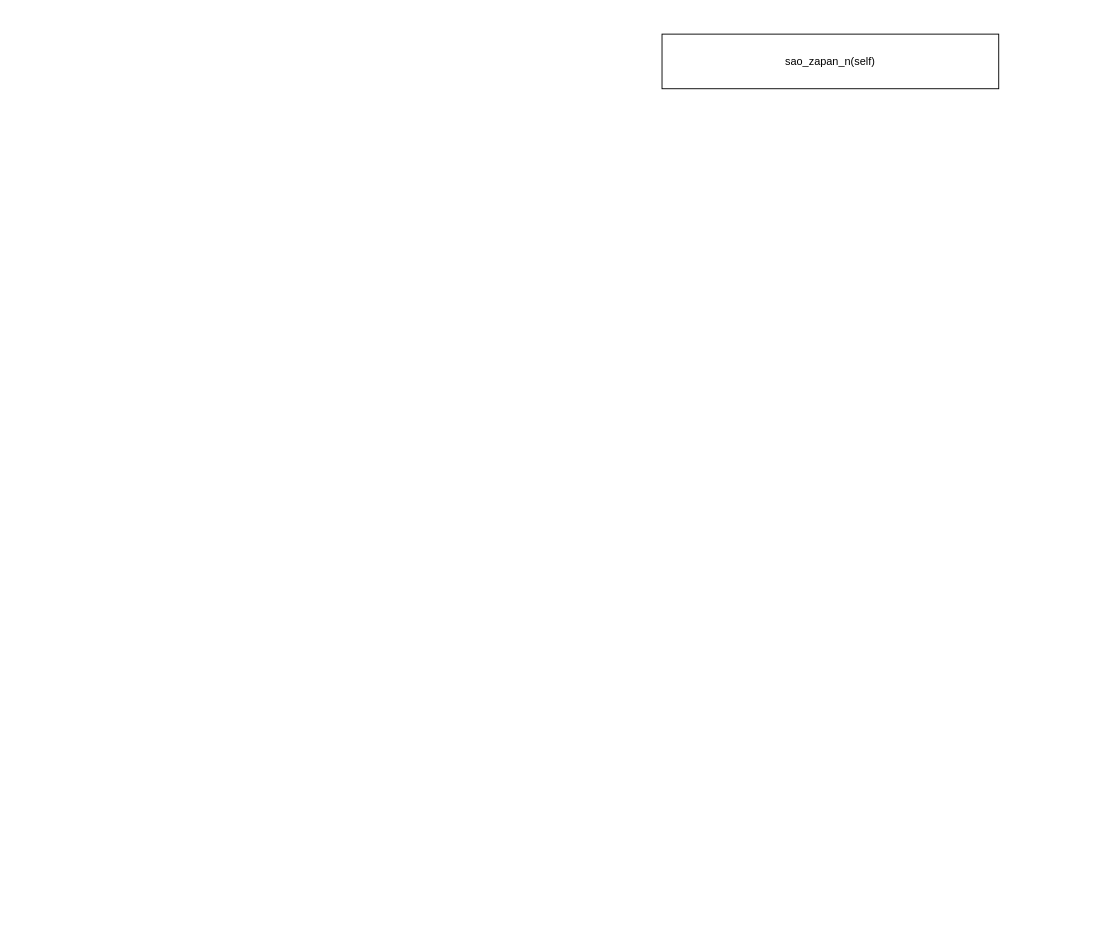
The draw.io diagram sao_zapan_n.drawio in liangshanbovsluomio/Quote_Quant_Process_Control, before the edit. Source tidied: cells renumbered, new cells numbered last; positions are measured from the earlier drawing's top-left corner, leaving out a move shared by most shapes. Both pictures are drawn from the tidied source at 91%, with x=0, y=0 at pixel (662, 34).
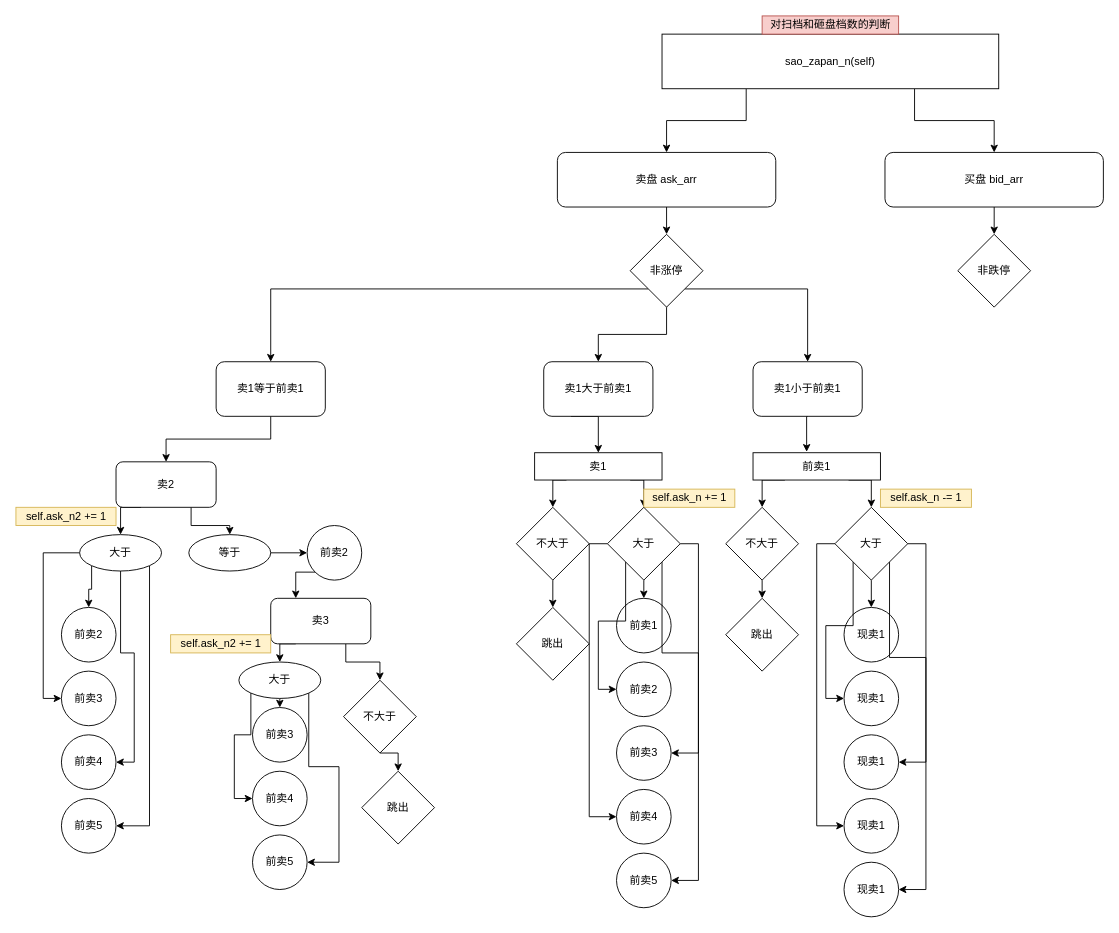
The same page after the edit.

Unchanged cells that the change refers to:
```xml
<mxCell id="2" value="sao_zapan_n(self)" style="rounded=0;whiteSpace=wrap;html=1;" parent="1" vertex="1">
  <mxGeometry width="370" height="60" as="geometry" />
</mxCell>
```

The edit, as a diff of the source:
```diff
@@
+    <mxCell id="3" style="edgeStyle=orthogonalEdgeStyle;rounded=0;jettySize=auto;html=1;exitX=0.25;exitY=1;exitDx=0;exitDy=0;entryX=0.5;entryY=0;entryDx=0;entryDy=0;" parent="1" edge="1" source="2" target="7">
+      <mxGeometry relative="1" as="geometry" />
+    </mxCell>
+    <mxCell id="4" style="edgeStyle=orthogonalEdgeStyle;rounded=0;jettySize=auto;html=1;exitX=0.75;exitY=1;exitDx=0;exitDy=0;entryX=0.5;entryY=0;entryDx=0;entryDy=0;" parent="1" edge="1" source="2" target="9">
+      <mxGeometry relative="1" as="geometry" />
+    </mxCell>
@@
+    <mxCell id="5" value="&lt;div&gt;对扫档和砸盘档数的判断&lt;/div&gt;" style="text;html=1;align=center;verticalAlign=middle;fillColor=#f8cecc;strokeColor=#b85450;" parent="1" vertex="1">
+      <mxGeometry x="110" y="-20" width="150" height="20" as="geometry" />
+    </mxCell>
+    <mxCell id="6" style="edgeStyle=orthogonalEdgeStyle;rounded=0;jettySize=auto;html=1;exitX=0.5;exitY=1;exitDx=0;exitDy=0;entryX=0.5;entryY=0;entryDx=0;entryDy=0;" parent="1" edge="1" source="7" target="13">
+      <mxGeometry relative="1" as="geometry" />
+    </mxCell>
+    <mxCell id="7" value="卖盘 ask_arr" style="rounded=1;whiteSpace=wrap;html=1;" parent="1" vertex="1">
+      <mxGeometry x="-115" y="130" width="240" height="60" as="geometry" />
+    </mxCell>
+    <mxCell id="8" style="edgeStyle=orthogonalEdgeStyle;rounded=0;jettySize=auto;html=1;exitX=0.5;exitY=1;exitDx=0;exitDy=0;entryX=0.5;entryY=0;entryDx=0;entryDy=0;" parent="1" edge="1" source="9" target="14">
+      <mxGeometry relative="1" as="geometry" />
+    </mxCell>
+    <mxCell id="9" value="买盘 bid_arr" style="rounded=1;whiteSpace=wrap;html=1;" parent="1" vertex="1">
+      <mxGeometry x="245" y="130" width="240" height="60" as="geometry" />
+    </mxCell>
+    <mxCell id="10" style="edgeStyle=orthogonalEdgeStyle;rounded=0;jettySize=auto;html=1;exitX=0;exitY=1;exitDx=0;exitDy=0;entryX=0.5;entryY=0;entryDx=0;entryDy=0;" parent="1" edge="1" source="13" target="16">
+      <mxGeometry relative="1" as="geometry" />
+    </mxCell>
+    <mxCell id="11" style="edgeStyle=orthogonalEdgeStyle;rounded=0;jettySize=auto;html=1;exitX=0.5;exitY=1;exitDx=0;exitDy=0;entryX=0.5;entryY=0;entryDx=0;entryDy=0;" parent="1" edge="1" source="13" target="18">
+      <mxGeometry relative="1" as="geometry" />
+    </mxCell>
+    <mxCell id="12" style="edgeStyle=orthogonalEdgeStyle;rounded=0;jettySize=auto;html=1;exitX=1;exitY=1;exitDx=0;exitDy=0;entryX=0.5;entryY=0;entryDx=0;entryDy=0;" parent="1" edge="1" source="13" target="20">
+      <mxGeometry relative="1" as="geometry" />
+    </mxCell>
+    <mxCell id="13" value="非涨停" style="rhombus;whiteSpace=wrap;html=1;" parent="1" vertex="1">
+      <mxGeometry x="-35" y="220" width="80" height="80" as="geometry" />
+    </mxCell>
+    <mxCell id="14" value="非跌停" style="rhombus;whiteSpace=wrap;html=1;" parent="1" vertex="1">
+      <mxGeometry x="325" y="220" width="80" height="80" as="geometry" />
+    </mxCell>
+    <mxCell id="15" style="edgeStyle=orthogonalEdgeStyle;rounded=0;jettySize=auto;html=1;exitX=0.5;exitY=1;exitDx=0;exitDy=0;entryX=0.5;entryY=0;entryDx=0;entryDy=0;" parent="1" edge="1" source="16" target="59">
+      <mxGeometry relative="1" as="geometry" />
+    </mxCell>
+    <mxCell id="16" value="卖1等于前卖1" style="rounded=1;whiteSpace=wrap;html=1;" parent="1" vertex="1">
+      <mxGeometry x="-490" y="360" width="120" height="60" as="geometry" />
+    </mxCell>
+    <mxCell id="17" style="edgeStyle=orthogonalEdgeStyle;rounded=0;jettySize=auto;html=1;exitX=0.25;exitY=1;exitDx=0;exitDy=0;entryX=0.5;entryY=0;entryDx=0;entryDy=0;" parent="1" edge="1" source="18" target="24">
+      <mxGeometry relative="1" as="geometry">
+        <Array as="points">
+          <mxPoint x="-70" y="420" />
+        </Array>
+      </mxGeometry>
+    </mxCell>
+    <mxCell id="18" value="卖1大于前卖1" style="rounded=1;whiteSpace=wrap;html=1;" parent="1" vertex="1">
+      <mxGeometry x="-130" y="360" width="120" height="60" as="geometry" />
+    </mxCell>
+    <mxCell id="19" style="edgeStyle=orthogonalEdgeStyle;rounded=0;jettySize=auto;html=1;exitX=0.5;exitY=1;exitDx=0;exitDy=0;entryX=0.421;entryY=-0.033;entryDx=0;entryDy=0;entryPerimeter=0;" parent="1" edge="1" source="20" target="41">
+      <mxGeometry relative="1" as="geometry" />
+    </mxCell>
+    <mxCell id="20" value="卖1小于前卖1" style="rounded=1;whiteSpace=wrap;html=1;" parent="1" vertex="1">
+      <mxGeometry x="100" y="360" width="120" height="60" as="geometry" />
+    </mxCell>
+    <mxCell id="21" value="&lt;div&gt;前卖1&lt;/div&gt;" style="ellipse;whiteSpace=wrap;html=1;" parent="1" vertex="1">
+      <mxGeometry x="-50" y="620" width="60" height="60" as="geometry" />
+    </mxCell>
+    <mxCell id="22" style="edgeStyle=orthogonalEdgeStyle;rounded=0;jettySize=auto;html=1;exitX=0.25;exitY=1;exitDx=0;exitDy=0;entryX=0.5;entryY=0;entryDx=0;entryDy=0;" parent="1" edge="1" source="24" target="31">
+      <mxGeometry relative="1" as="geometry" />
+    </mxCell>
+    <mxCell id="23" style="edgeStyle=orthogonalEdgeStyle;rounded=0;jettySize=auto;html=1;exitX=0.75;exitY=1;exitDx=0;exitDy=0;entryX=0.5;entryY=0;entryDx=0;entryDy=0;" parent="1" edge="1" source="24" target="37">
+      <mxGeometry relative="1" as="geometry" />
+    </mxCell>
+    <mxCell id="24" value="&lt;div&gt;卖1&lt;/div&gt;" style="rounded=0;whiteSpace=wrap;html=1;" parent="1" vertex="1">
+      <mxGeometry x="-140" y="460" width="140" height="30" as="geometry" />
+    </mxCell>
+    <mxCell id="25" value="&lt;div&gt;前卖3&lt;/div&gt;" style="ellipse;whiteSpace=wrap;html=1;" parent="1" vertex="1">
+      <mxGeometry x="-50" y="760" width="60" height="60" as="geometry" />
+    </mxCell>
+    <mxCell id="26" value="&lt;div&gt;前卖2&lt;/div&gt;" style="ellipse;whiteSpace=wrap;html=1;" parent="1" vertex="1">
+      <mxGeometry x="-50" y="690" width="60" height="60" as="geometry" />
+    </mxCell>
+    <mxCell id="27" value="&lt;div&gt;前卖4&lt;/div&gt;" style="ellipse;whiteSpace=wrap;html=1;" parent="1" vertex="1">
+      <mxGeometry x="-50" y="830" width="60" height="60" as="geometry" />
+    </mxCell>
+    <mxCell id="28" value="&lt;div&gt;前卖5&lt;/div&gt;" style="ellipse;whiteSpace=wrap;html=1;" parent="1" vertex="1">
+      <mxGeometry x="-50" y="900" width="60" height="60" as="geometry" />
+    </mxCell>
+    <mxCell id="29" value="self.ask_n += 1" style="text;html=1;align=center;verticalAlign=middle;fillColor=#fff2cc;strokeColor=#d6b656;" parent="1" vertex="1">
+      <mxGeometry x="-20" y="500" width="100" height="20" as="geometry" />
+    </mxCell>
+    <mxCell id="30" style="edgeStyle=orthogonalEdgeStyle;rounded=0;jettySize=auto;html=1;exitX=0.5;exitY=1;exitDx=0;exitDy=0;entryX=0.5;entryY=0;entryDx=0;entryDy=0;" parent="1" edge="1" source="31" target="38">
+      <mxGeometry relative="1" as="geometry" />
+    </mxCell>
+    <mxCell id="31" value="&lt;div&gt;不大于&lt;/div&gt;" style="rhombus;whiteSpace=wrap;html=1;" parent="1" vertex="1">
+      <mxGeometry x="-160" y="520" width="80" height="80" as="geometry" />
+    </mxCell>
+    <mxCell id="32" style="edgeStyle=orthogonalEdgeStyle;rounded=0;jettySize=auto;html=1;exitX=0.5;exitY=1;exitDx=0;exitDy=0;entryX=0.5;entryY=0;entryDx=0;entryDy=0;" parent="1" edge="1" source="37" target="21">
+      <mxGeometry relative="1" as="geometry" />
+    </mxCell>
+    <mxCell id="33" style="edgeStyle=orthogonalEdgeStyle;rounded=0;jettySize=auto;html=1;exitX=0;exitY=1;exitDx=0;exitDy=0;entryX=0;entryY=0.5;entryDx=0;entryDy=0;" parent="1" edge="1" source="37" target="26">
+      <mxGeometry relative="1" as="geometry" />
+    </mxCell>
+    <mxCell id="34" style="edgeStyle=orthogonalEdgeStyle;rounded=0;jettySize=auto;html=1;exitX=1;exitY=1;exitDx=0;exitDy=0;entryX=1;entryY=0.5;entryDx=0;entryDy=0;" parent="1" edge="1" source="37" target="25">
+      <mxGeometry relative="1" as="geometry" />
+    </mxCell>
+    <mxCell id="35" style="edgeStyle=orthogonalEdgeStyle;rounded=0;jettySize=auto;html=1;exitX=0;exitY=0.5;exitDx=0;exitDy=0;entryX=0;entryY=0.5;entryDx=0;entryDy=0;" parent="1" edge="1" source="37" target="27">
+      <mxGeometry relative="1" as="geometry" />
+    </mxCell>
+    <mxCell id="36" style="edgeStyle=orthogonalEdgeStyle;rounded=0;jettySize=auto;html=1;exitX=1;exitY=0.5;exitDx=0;exitDy=0;entryX=1;entryY=0.5;entryDx=0;entryDy=0;" parent="1" edge="1" source="37" target="28">
+      <mxGeometry relative="1" as="geometry" />
+    </mxCell>
+    <mxCell id="37" value="&lt;div&gt;大于&lt;/div&gt;" style="rhombus;whiteSpace=wrap;html=1;" parent="1" vertex="1">
+      <mxGeometry x="-60" y="520" width="80" height="80" as="geometry" />
+    </mxCell>
+    <mxCell id="38" value="跳出" style="rhombus;whiteSpace=wrap;html=1;" parent="1" vertex="1">
+      <mxGeometry x="-160" y="630" width="80" height="80" as="geometry" />
+    </mxCell>
+    <mxCell id="39" style="edgeStyle=orthogonalEdgeStyle;rounded=0;jettySize=auto;html=1;exitX=0.25;exitY=1;exitDx=0;exitDy=0;entryX=0.5;entryY=0;entryDx=0;entryDy=0;" parent="1" edge="1" source="41" target="44">
+      <mxGeometry relative="1" as="geometry" />
+    </mxCell>
+    <mxCell id="40" style="edgeStyle=orthogonalEdgeStyle;rounded=0;jettySize=auto;html=1;exitX=0.75;exitY=1;exitDx=0;exitDy=0;entryX=0.5;entryY=0;entryDx=0;entryDy=0;" parent="1" edge="1" source="41" target="51">
+      <mxGeometry relative="1" as="geometry" />
+    </mxCell>
+    <mxCell id="41" value="前卖1" style="rounded=0;whiteSpace=wrap;html=1;" parent="1" vertex="1">
+      <mxGeometry x="100" y="460" width="140" height="30" as="geometry" />
+    </mxCell>
+    <mxCell id="42" value="&lt;div&gt;现卖1&lt;/div&gt;" style="ellipse;whiteSpace=wrap;html=1;" parent="1" vertex="1">
+      <mxGeometry x="200" y="630" width="60" height="60" as="geometry" />
+    </mxCell>
+    <mxCell id="43" style="edgeStyle=orthogonalEdgeStyle;rounded=0;jettySize=auto;html=1;exitX=0.5;exitY=1;exitDx=0;exitDy=0;entryX=0.5;entryY=0;entryDx=0;entryDy=0;" parent="1" edge="1" source="44" target="45">
+      <mxGeometry relative="1" as="geometry" />
+    </mxCell>
+    <mxCell id="44" value="&lt;div&gt;不大于&lt;/div&gt;" style="rhombus;whiteSpace=wrap;html=1;" parent="1" vertex="1">
+      <mxGeometry x="70" y="520" width="80" height="80" as="geometry" />
+    </mxCell>
+    <mxCell id="45" value="跳出" style="rhombus;whiteSpace=wrap;html=1;" parent="1" vertex="1">
+      <mxGeometry x="70" y="620" width="80" height="80" as="geometry" />
+    </mxCell>
+    <mxCell id="46" style="edgeStyle=orthogonalEdgeStyle;rounded=0;jettySize=auto;html=1;exitX=0.5;exitY=1;exitDx=0;exitDy=0;entryX=0.5;entryY=0;entryDx=0;entryDy=0;" parent="1" edge="1" source="51" target="42">
+      <mxGeometry relative="1" as="geometry" />
+    </mxCell>
+    <mxCell id="47" style="edgeStyle=orthogonalEdgeStyle;rounded=0;jettySize=auto;html=1;exitX=0;exitY=1;exitDx=0;exitDy=0;entryX=0;entryY=0.5;entryDx=0;entryDy=0;" parent="1" edge="1" source="51" target="52">
+      <mxGeometry relative="1" as="geometry" />
+    </mxCell>
+    <mxCell id="48" style="edgeStyle=orthogonalEdgeStyle;rounded=0;jettySize=auto;html=1;exitX=1;exitY=1;exitDx=0;exitDy=0;entryX=1;entryY=0.5;entryDx=0;entryDy=0;" parent="1" edge="1" source="51" target="53">
+      <mxGeometry relative="1" as="geometry" />
+    </mxCell>
+    <mxCell id="49" style="edgeStyle=orthogonalEdgeStyle;rounded=0;jettySize=auto;html=1;exitX=0;exitY=0.5;exitDx=0;exitDy=0;entryX=0;entryY=0.5;entryDx=0;entryDy=0;" parent="1" edge="1" source="51" target="54">
+      <mxGeometry relative="1" as="geometry" />
+    </mxCell>
+    <mxCell id="50" style="edgeStyle=orthogonalEdgeStyle;rounded=0;jettySize=auto;html=1;exitX=1;exitY=0.5;exitDx=0;exitDy=0;entryX=1;entryY=0.5;entryDx=0;entryDy=0;" parent="1" edge="1" source="51" target="55">
+      <mxGeometry relative="1" as="geometry" />
+    </mxCell>
+    <mxCell id="51" value="&lt;div&gt;大于&lt;/div&gt;" style="rhombus;whiteSpace=wrap;html=1;" parent="1" vertex="1">
+      <mxGeometry x="190" y="520" width="80" height="80" as="geometry" />
+    </mxCell>
+    <mxCell id="52" value="&lt;div&gt;现卖1&lt;/div&gt;" style="ellipse;whiteSpace=wrap;html=1;" parent="1" vertex="1">
+      <mxGeometry x="200" y="700" width="60" height="60" as="geometry" />
+    </mxCell>
+    <mxCell id="53" value="&lt;div&gt;现卖1&lt;/div&gt;" style="ellipse;whiteSpace=wrap;html=1;" parent="1" vertex="1">
+      <mxGeometry x="200" y="770" width="60" height="60" as="geometry" />
+    </mxCell>
+    <mxCell id="54" value="&lt;div&gt;现卖1&lt;/div&gt;" style="ellipse;whiteSpace=wrap;html=1;" parent="1" vertex="1">
+      <mxGeometry x="200" y="840" width="60" height="60" as="geometry" />
+    </mxCell>
+    <mxCell id="55" value="&lt;div&gt;现卖1&lt;/div&gt;" style="ellipse;whiteSpace=wrap;html=1;" parent="1" vertex="1">
+      <mxGeometry x="200" y="910" width="60" height="60" as="geometry" />
+    </mxCell>
+    <mxCell id="56" value="self.ask_n -= 1" style="text;html=1;align=center;verticalAlign=middle;fillColor=#fff2cc;strokeColor=#d6b656;" parent="1" vertex="1">
+      <mxGeometry x="240" y="500" width="100" height="20" as="geometry" />
+    </mxCell>
+    <mxCell id="57" style="edgeStyle=orthogonalEdgeStyle;rounded=0;jettySize=auto;html=1;exitX=0.25;exitY=1;exitDx=0;exitDy=0;entryX=0.5;entryY=0;entryDx=0;entryDy=0;" parent="1" edge="1" source="59" target="65">
+      <mxGeometry relative="1" as="geometry" />
+    </mxCell>
+    <mxCell id="58" style="edgeStyle=orthogonalEdgeStyle;rounded=0;jettySize=auto;html=1;exitX=0.75;exitY=1;exitDx=0;exitDy=0;entryX=0.5;entryY=0;entryDx=0;entryDy=0;" parent="1" edge="1" source="59" target="71">
+      <mxGeometry relative="1" as="geometry" />
+    </mxCell>
+    <mxCell id="59" value="&lt;div&gt;卖2&lt;/div&gt;" style="rounded=1;whiteSpace=wrap;html=1;" parent="1" vertex="1">
+      <mxGeometry x="-600" y="470" width="110" height="50" as="geometry" />
+    </mxCell>
+    <mxCell id="60" value="&lt;div&gt;前卖2&lt;/div&gt;" style="ellipse;whiteSpace=wrap;html=1;" parent="1" vertex="1">
+      <mxGeometry x="-660" y="630" width="60" height="60" as="geometry" />
+    </mxCell>
+    <mxCell id="61" style="edgeStyle=orthogonalEdgeStyle;rounded=0;jettySize=auto;html=1;exitX=0;exitY=1;exitDx=0;exitDy=0;entryX=0.5;entryY=0;entryDx=0;entryDy=0;" parent="1" edge="1" source="65" target="60">
+      <mxGeometry relative="1" as="geometry" />
+    </mxCell>
+    <mxCell id="62" style="edgeStyle=orthogonalEdgeStyle;rounded=0;jettySize=auto;html=1;exitX=0;exitY=0.5;exitDx=0;exitDy=0;entryX=0;entryY=0.5;entryDx=0;entryDy=0;" parent="1" edge="1" source="65" target="66">
+      <mxGeometry relative="1" as="geometry" />
+    </mxCell>
+    <mxCell id="63" style="edgeStyle=orthogonalEdgeStyle;rounded=0;jettySize=auto;html=1;exitX=0.5;exitY=1;exitDx=0;exitDy=0;entryX=1;entryY=0.5;entryDx=0;entryDy=0;" parent="1" edge="1" source="65" target="67">
+      <mxGeometry relative="1" as="geometry" />
+    </mxCell>
+    <mxCell id="64" style="edgeStyle=orthogonalEdgeStyle;rounded=0;jettySize=auto;html=1;exitX=1;exitY=1;exitDx=0;exitDy=0;entryX=1;entryY=0.5;entryDx=0;entryDy=0;" parent="1" edge="1" source="65" target="68">
+      <mxGeometry relative="1" as="geometry" />
+    </mxCell>
+    <mxCell id="65" value="大于" style="ellipse;whiteSpace=wrap;html=1;" parent="1" vertex="1">
+      <mxGeometry x="-640" y="550" width="90" height="40" as="geometry" />
+    </mxCell>
+    <mxCell id="66" value="&lt;div&gt;前卖3&lt;/div&gt;" style="ellipse;whiteSpace=wrap;html=1;" parent="1" vertex="1">
+      <mxGeometry x="-660" y="700" width="60" height="60" as="geometry" />
+    </mxCell>
+    <mxCell id="67" value="&lt;div&gt;前卖4&lt;/div&gt;" style="ellipse;whiteSpace=wrap;html=1;" parent="1" vertex="1">
+      <mxGeometry x="-660" y="770" width="60" height="60" as="geometry" />
+    </mxCell>
+    <mxCell id="68" value="&lt;div&gt;前卖5&lt;/div&gt;" style="ellipse;whiteSpace=wrap;html=1;" parent="1" vertex="1">
+      <mxGeometry x="-660" y="840" width="60" height="60" as="geometry" />
+    </mxCell>
+    <mxCell id="69" value="self.ask_n2 += 1" style="text;html=1;align=center;verticalAlign=middle;fillColor=#fff2cc;strokeColor=#d6b656;" parent="1" vertex="1">
+      <mxGeometry x="-710" y="520" width="110" height="20" as="geometry" />
+    </mxCell>
+    <mxCell id="70" style="edgeStyle=orthogonalEdgeStyle;rounded=0;jettySize=auto;html=1;exitX=1;exitY=0.5;exitDx=0;exitDy=0;entryX=0;entryY=0.5;entryDx=0;entryDy=0;" parent="1" edge="1" source="71" target="73">
+      <mxGeometry relative="1" as="geometry" />
+    </mxCell>
+    <mxCell id="71" value="等于" style="ellipse;whiteSpace=wrap;html=1;" parent="1" vertex="1">
+      <mxGeometry x="-520" y="550" width="90" height="40" as="geometry" />
+    </mxCell>
+    <mxCell id="72" style="edgeStyle=orthogonalEdgeStyle;rounded=0;jettySize=auto;html=1;exitX=0;exitY=1;exitDx=0;exitDy=0;entryX=0.25;entryY=0;entryDx=0;entryDy=0;" parent="1" edge="1" source="73" target="76">
+      <mxGeometry relative="1" as="geometry" />
+    </mxCell>
+    <mxCell id="73" value="&lt;div&gt;前卖2&lt;/div&gt;" style="ellipse;whiteSpace=wrap;html=1;" parent="1" vertex="1">
+      <mxGeometry x="-390" y="540" width="60" height="60" as="geometry" />
+    </mxCell>
+    <mxCell id="74" style="edgeStyle=orthogonalEdgeStyle;rounded=0;jettySize=auto;html=1;exitX=0.25;exitY=1;exitDx=0;exitDy=0;entryX=0.5;entryY=0;entryDx=0;entryDy=0;" parent="1" edge="1" source="76" target="83">
+      <mxGeometry relative="1" as="geometry" />
+    </mxCell>
+    <mxCell id="75" style="edgeStyle=orthogonalEdgeStyle;rounded=0;jettySize=auto;html=1;exitX=0.75;exitY=1;exitDx=0;exitDy=0;entryX=0.5;entryY=0;entryDx=0;entryDy=0;" parent="1" edge="1" source="76" target="86">
+      <mxGeometry relative="1" as="geometry" />
+    </mxCell>
+    <mxCell id="76" value="&lt;div&gt;卖3&lt;/div&gt;" style="rounded=1;whiteSpace=wrap;html=1;" parent="1" vertex="1">
+      <mxGeometry x="-430" y="620" width="110" height="50" as="geometry" />
+    </mxCell>
+    <mxCell id="77" value="&lt;div&gt;前卖3&lt;/div&gt;" style="ellipse;whiteSpace=wrap;html=1;" parent="1" vertex="1">
+      <mxGeometry x="-450" y="740" width="60" height="60" as="geometry" />
+    </mxCell>
+    <mxCell id="78" value="&lt;div&gt;前卖4&lt;/div&gt;" style="ellipse;whiteSpace=wrap;html=1;" parent="1" vertex="1">
+      <mxGeometry x="-450" y="810" width="60" height="60" as="geometry" />
+    </mxCell>
+    <mxCell id="79" value="&lt;div&gt;前卖5&lt;/div&gt;" style="ellipse;whiteSpace=wrap;html=1;" parent="1" vertex="1">
+      <mxGeometry x="-450" y="880" width="60" height="60" as="geometry" />
+    </mxCell>
+    <mxCell id="80" style="edgeStyle=orthogonalEdgeStyle;rounded=0;jettySize=auto;html=1;exitX=0.5;exitY=1;exitDx=0;exitDy=0;entryX=0.5;entryY=0;entryDx=0;entryDy=0;" parent="1" edge="1" source="83" target="77">
+      <mxGeometry relative="1" as="geometry" />
+    </mxCell>
+    <mxCell id="81" style="edgeStyle=orthogonalEdgeStyle;rounded=0;jettySize=auto;html=1;exitX=0;exitY=1;exitDx=0;exitDy=0;entryX=0;entryY=0.5;entryDx=0;entryDy=0;" parent="1" edge="1" source="83" target="78">
+      <mxGeometry relative="1" as="geometry" />
+    </mxCell>
+    <mxCell id="82" style="edgeStyle=orthogonalEdgeStyle;rounded=0;jettySize=auto;html=1;exitX=1;exitY=1;exitDx=0;exitDy=0;entryX=1;entryY=0.5;entryDx=0;entryDy=0;" parent="1" edge="1" source="83" target="79">
+      <mxGeometry relative="1" as="geometry" />
+    </mxCell>
+    <mxCell id="83" value="大于" style="ellipse;whiteSpace=wrap;html=1;" parent="1" vertex="1">
+      <mxGeometry x="-465" y="690" width="90" height="40" as="geometry" />
+    </mxCell>
+    <mxCell id="84" value="self.ask_n2 += 1" style="text;html=1;align=center;verticalAlign=middle;fillColor=#fff2cc;strokeColor=#d6b656;" parent="1" vertex="1">
+      <mxGeometry x="-540" y="660" width="110" height="20" as="geometry" />
+    </mxCell>
+    <mxCell id="85" style="edgeStyle=orthogonalEdgeStyle;rounded=0;jettySize=auto;html=1;exitX=0.5;exitY=1;exitDx=0;exitDy=0;entryX=0.5;entryY=0;entryDx=0;entryDy=0;" parent="1" edge="1" source="86" target="87">
+      <mxGeometry relative="1" as="geometry" />
+    </mxCell>
+    <mxCell id="86" value="不大于" style="rhombus;whiteSpace=wrap;html=1;" parent="1" vertex="1">
+      <mxGeometry x="-350" y="710" width="80" height="80" as="geometry" />
+    </mxCell>
+    <mxCell id="87" value="跳出" style="rhombus;whiteSpace=wrap;html=1;" parent="1" vertex="1">
+      <mxGeometry x="-330" y="810" width="80" height="80" as="geometry" />
+    </mxCell>
```
